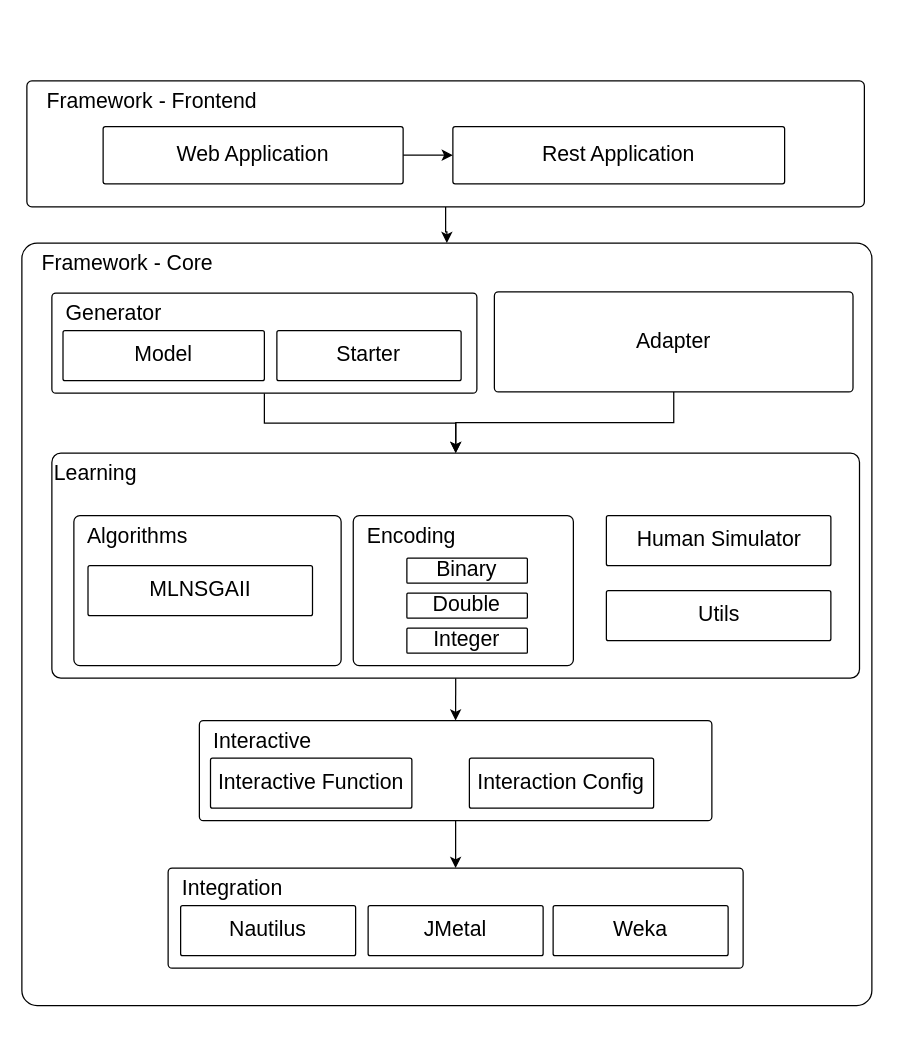
Earlier version of the draw.io diagram docs/modules.drawio (iSEarchAI/isearchai). Source tidied: cells renumbered, new cells numbered last; positions are measured from the earlier drawing's top-left corner, leaving out a move shared by most shapes. Both pictures are drawn from the tidied source at 125%, with x=0, y=0 at pixel (21, 80).
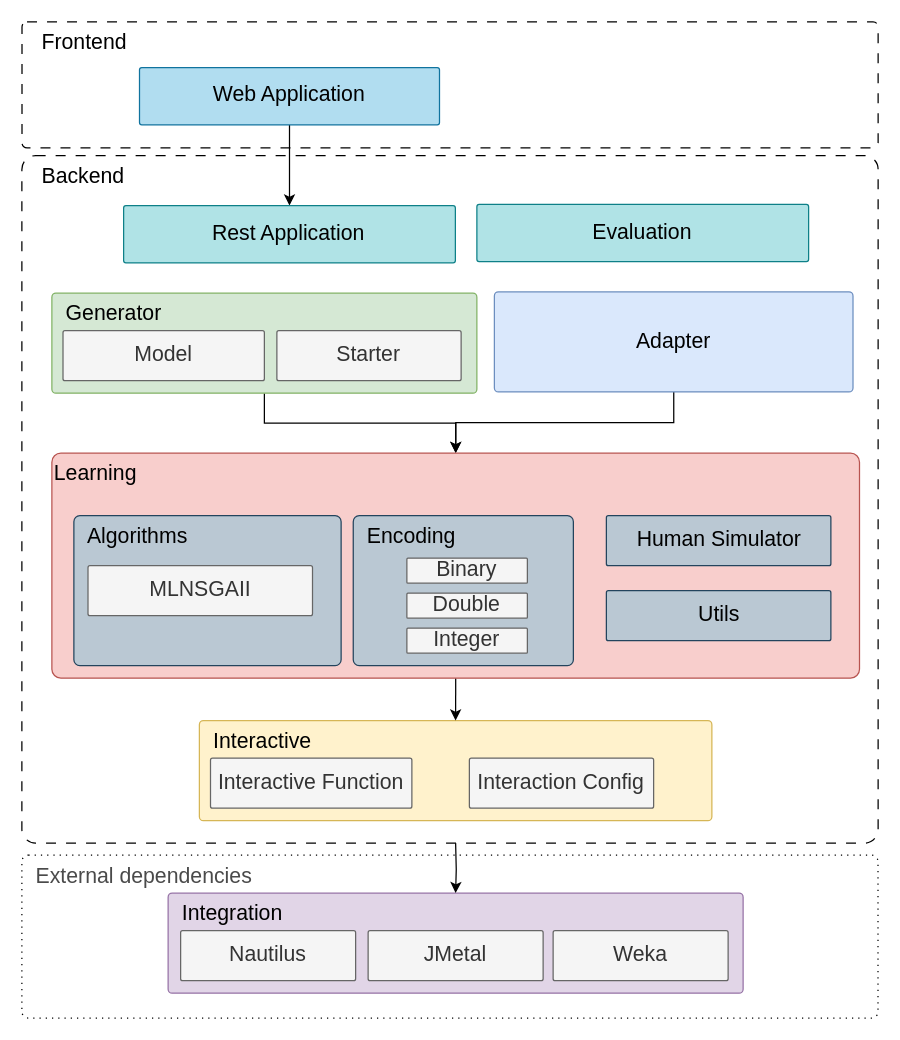
Above is the later version.

Diff of the diagram source:
```diff
@@
+    <mxCell id="33" value="&lt;div style=&quot;padding-top: 0px; font-size: 17px;&quot;&gt;&amp;nbsp; External dependencies&lt;/div&gt;" style="rounded=1;whiteSpace=wrap;html=1;align=left;verticalAlign=top;arcSize=4;fontSize=17;dashed=1;dashPattern=1 4;gradientColor=none;fontColor=#4A4A4A;" parent="1" vertex="1">
+      <mxGeometry y="619.6" width="684.9" height="130.4" as="geometry" />
+    </mxCell>
@@
-    <mxCell id="3" value="&lt;div style=&quot;padding-top: 0px; font-size: 17px;&quot;&gt;&amp;nbsp; &amp;nbsp;&lt;span style=&quot;background-color: initial;&quot;&gt;Framework - Core&lt;/span&gt;&lt;/div&gt;" style="rounded=1;whiteSpace=wrap;html=1;align=left;verticalAlign=top;arcSize=2;fontSize=17;" parent="1" vertex="1">
-      <mxGeometry y="130" width="680" height="610" as="geometry" />
+    <mxCell id="3" value="&lt;div style=&quot;padding-top: 0px; font-size: 17px;&quot;&gt;&amp;nbsp; &amp;nbsp;&lt;span style=&quot;background-color: initial;&quot;&gt;Backend&lt;/span&gt;&lt;/div&gt;" style="rounded=1;whiteSpace=wrap;html=1;align=left;verticalAlign=top;arcSize=2;fontSize=17;dashed=1;dashPattern=8 8;" parent="1" vertex="1">
+      <mxGeometry y="60" width="685" height="550" as="geometry" />
     </mxCell>
-    <mxCell id="4" style="edgeStyle=orthogonalEdgeStyle;rounded=0;jettySize=auto;html=1;" parent="1" edge="1" source="5" target="3">
-      <mxGeometry relative="1" as="geometry" />
-    </mxCell>
-    <mxCell id="5" value="&lt;div style=&quot;padding-top: 0px; font-size: 17px;&quot;&gt;&amp;nbsp; &amp;nbsp;Framework - Frontend&lt;/div&gt;" style="rounded=1;whiteSpace=wrap;html=1;align=left;verticalAlign=top;arcSize=4;fontSize=17;" parent="1" vertex="1">
-      <mxGeometry x="4" y="0.2" width="670" height="100.8" as="geometry" />
+    <mxCell id="5" value="&lt;div style=&quot;padding-top: 0px; font-size: 17px;&quot;&gt;&amp;nbsp; &amp;nbsp;Frontend&lt;/div&gt;" style="rounded=1;whiteSpace=wrap;html=1;align=left;verticalAlign=top;arcSize=4;fontSize=17;dashed=1;dashPattern=8 8;" parent="1" vertex="1">
+      <mxGeometry x="0.1" y="-47" width="684.9" height="100.8" as="geometry" />
     </mxCell>
@@
-    <mxCell id="7" value="&lt;div style=&quot;padding-top: 0px; font-size: 17px;&quot;&gt;Rest Application&lt;/div&gt;" style="rounded=1;whiteSpace=wrap;html=1;align=center;verticalAlign=middle;arcSize=4;fontSize=17;" parent="1" vertex="1">
-      <mxGeometry x="344.8" y="36.7" width="265.4" height="45.8" as="geometry" />
+    <mxCell id="7" value="&lt;div style=&quot;padding-top: 0px; font-size: 17px;&quot;&gt;Rest Application&lt;/div&gt;" style="rounded=1;whiteSpace=wrap;html=1;align=center;verticalAlign=middle;arcSize=4;fontSize=17;fillColor=#b0e3e6;strokeColor=#0e8088;" parent="1" vertex="1">
+      <mxGeometry x="81.4" y="100" width="265.4" height="45.8" as="geometry" />
     </mxCell>
-    <mxCell id="8" value="&lt;div style=&quot;padding-top: 0px; font-size: 17px;&quot;&gt;Web Application&lt;/div&gt;" style="rounded=1;whiteSpace=wrap;html=1;align=center;verticalAlign=middle;arcSize=4;fontSize=17;" parent="1" vertex="1">
-      <mxGeometry x="65" y="36.7" width="240" height="45.8" as="geometry" />
+    <mxCell id="8" value="&lt;div style=&quot;padding-top: 0px; font-size: 17px;&quot;&gt;Web Application&lt;/div&gt;" style="rounded=1;whiteSpace=wrap;html=1;align=center;verticalAlign=middle;arcSize=4;fontSize=17;fillColor=#b1ddf0;strokeColor=#10739e;" parent="1" vertex="1">
+      <mxGeometry x="94.1" y="-10.5" width="240" height="45.8" as="geometry" />
     </mxCell>
-    <mxCell id="9" value="&lt;div style=&quot;padding-top: 0px; font-size: 17px;&quot;&gt;&lt;span style=&quot;background-color: initial;&quot;&gt;&amp;nbsp;&amp;nbsp;&lt;/span&gt;&lt;span style=&quot;background-color: initial;&quot;&gt;Integration&lt;/span&gt;&lt;br&gt;&lt;/div&gt;" style="rounded=1;whiteSpace=wrap;html=1;align=left;verticalAlign=top;arcSize=4;fontSize=17;" parent="1" vertex="1">
-      <mxGeometry x="117" y="630" width="460" height="80" as="geometry" />
+    <mxCell id="9" value="&lt;div style=&quot;padding-top: 0px; font-size: 17px;&quot;&gt;&lt;span style=&quot;background-color: initial;&quot;&gt;&amp;nbsp;&amp;nbsp;&lt;/span&gt;&lt;span style=&quot;background-color: initial;&quot;&gt;Integration&lt;/span&gt;&lt;br&gt;&lt;/div&gt;" style="rounded=1;whiteSpace=wrap;html=1;align=left;verticalAlign=top;arcSize=4;fontSize=17;fillColor=#e1d5e7;strokeColor=#9673a6;" parent="1" vertex="1">
+      <mxGeometry x="117" y="650" width="460" height="80" as="geometry" />
     </mxCell>
-    <mxCell id="10" value="&lt;div style=&quot;padding-top: 0px; font-size: 17px;&quot;&gt;Nautilus&lt;/div&gt;" style="rounded=1;whiteSpace=wrap;html=1;align=center;verticalAlign=middle;arcSize=4;fontSize=17;" parent="1" vertex="1">
-      <mxGeometry x="127" y="660" width="140" height="40" as="geometry" />
+    <mxCell id="10" value="&lt;div style=&quot;padding-top: 0px; font-size: 17px;&quot;&gt;Nautilus&lt;/div&gt;" style="rounded=1;whiteSpace=wrap;html=1;align=center;verticalAlign=middle;arcSize=4;fontSize=17;fillColor=#f5f5f5;fontColor=#333333;strokeColor=#666666;" parent="1" vertex="1">
+      <mxGeometry x="127" y="680" width="140" height="40" as="geometry" />
     </mxCell>
-    <mxCell id="11" value="&lt;div style=&quot;padding-top: 0px; font-size: 17px;&quot;&gt;JMetal&lt;/div&gt;" style="rounded=1;whiteSpace=wrap;html=1;align=center;verticalAlign=middle;arcSize=4;fontSize=17;" parent="1" vertex="1">
-      <mxGeometry x="277" y="660" width="140" height="40" as="geometry" />
+    <mxCell id="11" value="&lt;div style=&quot;padding-top: 0px; font-size: 17px;&quot;&gt;JMetal&lt;/div&gt;" style="rounded=1;whiteSpace=wrap;html=1;align=center;verticalAlign=middle;arcSize=4;fontSize=17;fillColor=#f5f5f5;fontColor=#333333;strokeColor=#666666;" parent="1" vertex="1">
+      <mxGeometry x="277" y="680" width="140" height="40" as="geometry" />
     </mxCell>
-    <mxCell id="12" value="&lt;div style=&quot;padding-top: 0px; font-size: 17px;&quot;&gt;Weka&lt;/div&gt;" style="rounded=1;whiteSpace=wrap;html=1;align=center;verticalAlign=middle;arcSize=4;fontSize=17;" parent="1" vertex="1">
-      <mxGeometry x="425" y="660" width="140" height="40" as="geometry" />
+    <mxCell id="12" value="&lt;div style=&quot;padding-top: 0px; font-size: 17px;&quot;&gt;Weka&lt;/div&gt;" style="rounded=1;whiteSpace=wrap;html=1;align=center;verticalAlign=middle;arcSize=4;fontSize=17;fillColor=#f5f5f5;fontColor=#333333;strokeColor=#666666;" parent="1" vertex="1">
+      <mxGeometry x="425" y="680" width="140" height="40" as="geometry" />
     </mxCell>
-    <mxCell id="13" style="edgeStyle=orthogonalEdgeStyle;rounded=0;jettySize=auto;html=1;" parent="1" edge="1" source="14" target="9">
-      <mxGeometry relative="1" as="geometry" />
+    <mxCell id="13" style="edgeStyle=orthogonalEdgeStyle;rounded=0;jettySize=auto;html=1;" parent="1" edge="1" target="9">
+      <mxGeometry relative="1" as="geometry">
+        <mxPoint x="347" y="610" as="sourcePoint" />
+      </mxGeometry>
     </mxCell>
-    <mxCell id="14" value="&lt;div style=&quot;padding-top: 0px; font-size: 17px;&quot;&gt;&amp;nbsp; Interactive&lt;/div&gt;" style="rounded=1;whiteSpace=wrap;html=1;align=left;verticalAlign=top;arcSize=4;fontSize=17;" parent="1" vertex="1">
+    <mxCell id="14" value="&lt;div style=&quot;padding-top: 0px; font-size: 17px;&quot;&gt;&amp;nbsp; Interactive&lt;/div&gt;" style="rounded=1;whiteSpace=wrap;html=1;align=left;verticalAlign=top;arcSize=4;fontSize=17;fillColor=#fff2cc;strokeColor=#d6b656;" parent="1" vertex="1">
       <mxGeometry x="142" y="512" width="410" height="80" as="geometry" />
     </mxCell>
-    <mxCell id="15" value="&lt;div style=&quot;padding-top: 0px; font-size: 17px;&quot;&gt;Interactive Function&lt;/div&gt;" style="rounded=1;whiteSpace=wrap;html=1;align=center;verticalAlign=middle;arcSize=4;fontSize=17;" parent="1" vertex="1">
+    <mxCell id="15" value="&lt;div style=&quot;padding-top: 0px; font-size: 17px;&quot;&gt;Interactive Function&lt;/div&gt;" style="rounded=1;whiteSpace=wrap;html=1;align=center;verticalAlign=middle;arcSize=4;fontSize=17;fillColor=#f5f5f5;fontColor=#333333;strokeColor=#666666;" parent="1" vertex="1">
       <mxGeometry x="150.9" y="542" width="161.1" height="40" as="geometry" />
     </mxCell>
-    <mxCell id="16" value="&lt;div style=&quot;padding-top: 0px; font-size: 17px;&quot;&gt;Interaction Config&lt;/div&gt;" style="rounded=1;whiteSpace=wrap;html=1;align=center;verticalAlign=middle;arcSize=4;fontSize=17;" parent="1" vertex="1">
+    <mxCell id="16" value="&lt;div style=&quot;padding-top: 0px; font-size: 17px;&quot;&gt;Interaction Config&lt;/div&gt;" style="rounded=1;whiteSpace=wrap;html=1;align=center;verticalAlign=middle;arcSize=4;fontSize=17;fillColor=#f5f5f5;fontColor=#333333;strokeColor=#666666;" parent="1" vertex="1">
       <mxGeometry x="358" y="542" width="147.4" height="40" as="geometry" />
     </mxCell>
@@
-    <mxCell id="18" value="&lt;div style=&quot;padding-top: 0px; font-size: 17px;&quot;&gt;&amp;nbsp; Generator&lt;/div&gt;" style="rounded=1;whiteSpace=wrap;html=1;align=left;verticalAlign=top;arcSize=4;fontSize=17;" parent="1" vertex="1">
+    <mxCell id="18" value="&lt;div style=&quot;padding-top: 0px; font-size: 17px;&quot;&gt;&amp;nbsp; Generator&lt;/div&gt;" style="rounded=1;whiteSpace=wrap;html=1;align=left;verticalAlign=top;arcSize=4;fontSize=17;fillColor=#d5e8d4;strokeColor=#82b366;" parent="1" vertex="1">
       <mxGeometry x="24" y="170" width="340" height="80" as="geometry" />
     </mxCell>
-    <mxCell id="19" value="&lt;div style=&quot;padding-top: 0px; font-size: 17px;&quot;&gt;Model&lt;/div&gt;" style="rounded=1;whiteSpace=wrap;html=1;align=center;verticalAlign=middle;arcSize=4;fontSize=17;" parent="1" vertex="1">
+    <mxCell id="19" value="&lt;div style=&quot;padding-top: 0px; font-size: 17px;&quot;&gt;Model&lt;/div&gt;" style="rounded=1;whiteSpace=wrap;html=1;align=center;verticalAlign=middle;arcSize=4;fontSize=17;fillColor=#f5f5f5;fontColor=#333333;strokeColor=#666666;" parent="1" vertex="1">
       <mxGeometry x="32.9" y="200" width="161.1" height="40" as="geometry" />
     </mxCell>
-    <mxCell id="20" value="&lt;div style=&quot;padding-top: 0px; font-size: 17px;&quot;&gt;Starter&lt;/div&gt;" style="rounded=1;whiteSpace=wrap;html=1;align=center;verticalAlign=middle;arcSize=4;fontSize=17;" parent="1" vertex="1">
+    <mxCell id="20" value="&lt;div style=&quot;padding-top: 0px; font-size: 17px;&quot;&gt;Starter&lt;/div&gt;" style="rounded=1;whiteSpace=wrap;html=1;align=center;verticalAlign=middle;arcSize=4;fontSize=17;fillColor=#f5f5f5;fontColor=#333333;strokeColor=#666666;" parent="1" vertex="1">
       <mxGeometry x="204" y="200" width="147.4" height="40" as="geometry" />
     </mxCell>
@@
-    <mxCell id="22" value="&lt;div style=&quot;padding-top: 0px; font-size: 17px;&quot;&gt;Adapter&lt;/div&gt;" style="rounded=1;whiteSpace=wrap;html=1;align=center;verticalAlign=middle;arcSize=4;fontSize=17;" parent="1" vertex="1">
+    <mxCell id="22" value="&lt;div style=&quot;padding-top: 0px; font-size: 17px;&quot;&gt;Adapter&lt;/div&gt;" style="rounded=1;whiteSpace=wrap;html=1;align=center;verticalAlign=middle;arcSize=4;fontSize=17;fillColor=#dae8fc;strokeColor=#6c8ebf;" parent="1" vertex="1">
       <mxGeometry x="378" y="169" width="286.9" height="80" as="geometry" />
     </mxCell>
@@
-    <mxCell id="24" value="&lt;div style=&quot;padding-top: 0px; font-size: 17px;&quot;&gt;Learning&lt;/div&gt;" style="rounded=1;whiteSpace=wrap;html=1;align=left;verticalAlign=top;arcSize=4;fontSize=17;" parent="1" vertex="1">
+    <mxCell id="24" value="&lt;div style=&quot;padding-top: 0px; font-size: 17px;&quot;&gt;Learning&lt;/div&gt;" style="rounded=1;whiteSpace=wrap;html=1;align=left;verticalAlign=top;arcSize=4;fontSize=17;fillColor=#f8cecc;strokeColor=#b85450;" parent="1" vertex="1">
       <mxGeometry x="24" y="298" width="646.1" height="180" as="geometry" />
     </mxCell>
-    <mxCell id="25" value="&lt;div style=&quot;padding-top: 0px; font-size: 17px;&quot;&gt;&amp;nbsp; Algorithms&lt;/div&gt;" style="rounded=1;whiteSpace=wrap;html=1;align=left;verticalAlign=top;arcSize=4;fontSize=17;" parent="1" vertex="1">
+    <mxCell id="25" value="&lt;div style=&quot;padding-top: 0px; font-size: 17px;&quot;&gt;&amp;nbsp; Algorithms&lt;/div&gt;" style="rounded=1;whiteSpace=wrap;html=1;align=left;verticalAlign=top;arcSize=4;fontSize=17;fillColor=#bac8d3;strokeColor=#23445d;" parent="1" vertex="1">
       <mxGeometry x="41.6" y="348" width="213.8" height="120" as="geometry" />
     </mxCell>
-    <mxCell id="26" value="&lt;div style=&quot;padding-top: 0px; font-size: 17px;&quot;&gt;Human Simulator&lt;/div&gt;" style="rounded=1;whiteSpace=wrap;html=1;align=center;verticalAlign=middle;arcSize=4;fontSize=17;" parent="1" vertex="1">
+    <mxCell id="26" value="&lt;div style=&quot;padding-top: 0px; font-size: 17px;&quot;&gt;Human Simulator&lt;/div&gt;" style="rounded=1;whiteSpace=wrap;html=1;align=center;verticalAlign=middle;arcSize=4;fontSize=17;fillColor=#bac8d3;strokeColor=#23445d;" parent="1" vertex="1">
       <mxGeometry x="467.6" y="348" width="179.6" height="40" as="geometry" />
     </mxCell>
-    <mxCell id="27" value="&lt;div style=&quot;padding-top: 0px; font-size: 17px;&quot;&gt;Utils&lt;/div&gt;" style="rounded=1;whiteSpace=wrap;html=1;align=center;verticalAlign=middle;arcSize=4;fontSize=17;" parent="1" vertex="1">
+    <mxCell id="27" value="&lt;div style=&quot;padding-top: 0px; font-size: 17px;&quot;&gt;Utils&lt;/div&gt;" style="rounded=1;whiteSpace=wrap;html=1;align=center;verticalAlign=middle;arcSize=4;fontSize=17;fillColor=#bac8d3;strokeColor=#23445d;" parent="1" vertex="1">
       <mxGeometry x="467.6" y="408" width="179.6" height="40" as="geometry" />
     </mxCell>
-    <mxCell id="28" value="&lt;div style=&quot;padding-top: 0px; font-size: 17px;&quot;&gt;MLNSGAII&lt;/div&gt;" style="rounded=1;whiteSpace=wrap;html=1;align=center;verticalAlign=middle;arcSize=4;fontSize=17;" parent="1" vertex="1">
+    <mxCell id="28" value="&lt;div style=&quot;padding-top: 0px; font-size: 17px;&quot;&gt;MLNSGAII&lt;/div&gt;" style="rounded=1;whiteSpace=wrap;html=1;align=center;verticalAlign=middle;arcSize=4;fontSize=17;fillColor=#f5f5f5;fontColor=#333333;strokeColor=#666666;" parent="1" vertex="1">
       <mxGeometry x="52.9" y="388" width="179.6" height="40" as="geometry" />
     </mxCell>
-    <mxCell id="29" value="&lt;div style=&quot;padding-top: 0px; font-size: 17px;&quot;&gt;&amp;nbsp; Encoding&lt;/div&gt;" style="rounded=1;whiteSpace=wrap;html=1;align=left;verticalAlign=top;arcSize=4;fontSize=17;" parent="1" vertex="1">
+    <mxCell id="29" value="&lt;div style=&quot;padding-top: 0px; font-size: 17px;&quot;&gt;&amp;nbsp; Encoding&lt;/div&gt;" style="rounded=1;whiteSpace=wrap;html=1;align=left;verticalAlign=top;arcSize=4;fontSize=17;fillColor=#bac8d3;strokeColor=#23445d;" parent="1" vertex="1">
       <mxGeometry x="265.1" y="348" width="176.1" height="120" as="geometry" />
     </mxCell>
-    <mxCell id="30" value="&lt;div style=&quot;padding-top: 0px; font-size: 17px;&quot;&gt;Binary&lt;/div&gt;" style="rounded=1;whiteSpace=wrap;html=1;align=center;verticalAlign=middle;arcSize=4;fontSize=17;" parent="1" vertex="1">
+    <mxCell id="30" value="&lt;div style=&quot;padding-top: 0px; font-size: 17px;&quot;&gt;Binary&lt;/div&gt;" style="rounded=1;whiteSpace=wrap;html=1;align=center;verticalAlign=middle;arcSize=4;fontSize=17;fillColor=#f5f5f5;fontColor=#333333;strokeColor=#666666;" parent="1" vertex="1">
       <mxGeometry x="308" y="382" width="96.4" height="20" as="geometry" />
     </mxCell>
-    <mxCell id="31" value="&lt;div style=&quot;padding-top: 0px; font-size: 17px;&quot;&gt;Double&lt;/div&gt;" style="rounded=1;whiteSpace=wrap;html=1;align=center;verticalAlign=middle;arcSize=4;fontSize=17;" parent="1" vertex="1">
+    <mxCell id="31" value="&lt;div style=&quot;padding-top: 0px; font-size: 17px;&quot;&gt;Double&lt;/div&gt;" style="rounded=1;whiteSpace=wrap;html=1;align=center;verticalAlign=middle;arcSize=4;fontSize=17;fillColor=#f5f5f5;fontColor=#333333;strokeColor=#666666;" parent="1" vertex="1">
       <mxGeometry x="308" y="410" width="96.4" height="20" as="geometry" />
     </mxCell>
-    <mxCell id="32" value="&lt;div style=&quot;padding-top: 0px; font-size: 17px;&quot;&gt;Integer&lt;/div&gt;" style="rounded=1;whiteSpace=wrap;html=1;align=center;verticalAlign=middle;arcSize=4;fontSize=17;" parent="1" vertex="1">
+    <mxCell id="32" value="&lt;div style=&quot;padding-top: 0px; font-size: 17px;&quot;&gt;Integer&lt;/div&gt;" style="rounded=1;whiteSpace=wrap;html=1;align=center;verticalAlign=middle;arcSize=4;fontSize=17;fillColor=#f5f5f5;fontColor=#333333;strokeColor=#666666;" parent="1" vertex="1">
       <mxGeometry x="308" y="438" width="96.4" height="20" as="geometry" />
     </mxCell>
+    <mxCell id="34" value="&lt;div style=&quot;padding-top: 0px; font-size: 17px;&quot;&gt;Evaluation&lt;/div&gt;" style="rounded=1;whiteSpace=wrap;html=1;align=center;verticalAlign=middle;arcSize=4;fontSize=17;fillColor=#b0e3e6;strokeColor=#0e8088;" parent="1" vertex="1">
+      <mxGeometry x="364" y="99" width="265.4" height="45.8" as="geometry" />
+    </mxCell>
```
